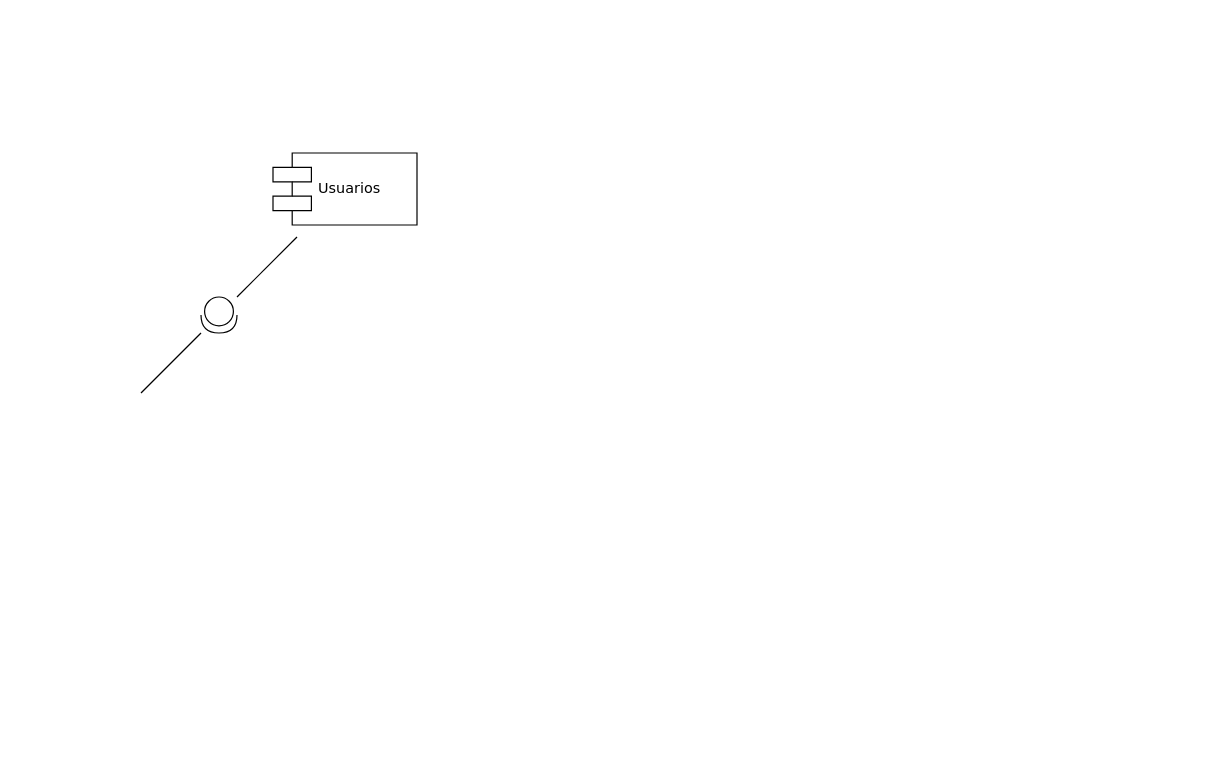
The draw.io diagram IS-Proveneet-Components.drawio in NeutronBlast/IS-Ex, before the edit. Source tidied: cells renumbered, new cells numbered last; positions are measured from the earlier drawing's top-left corner, leaving out a move shared by most shapes. Both pictures are drawn from the tidied source at 120%, with x=0, y=0 at pixel (140, 152).
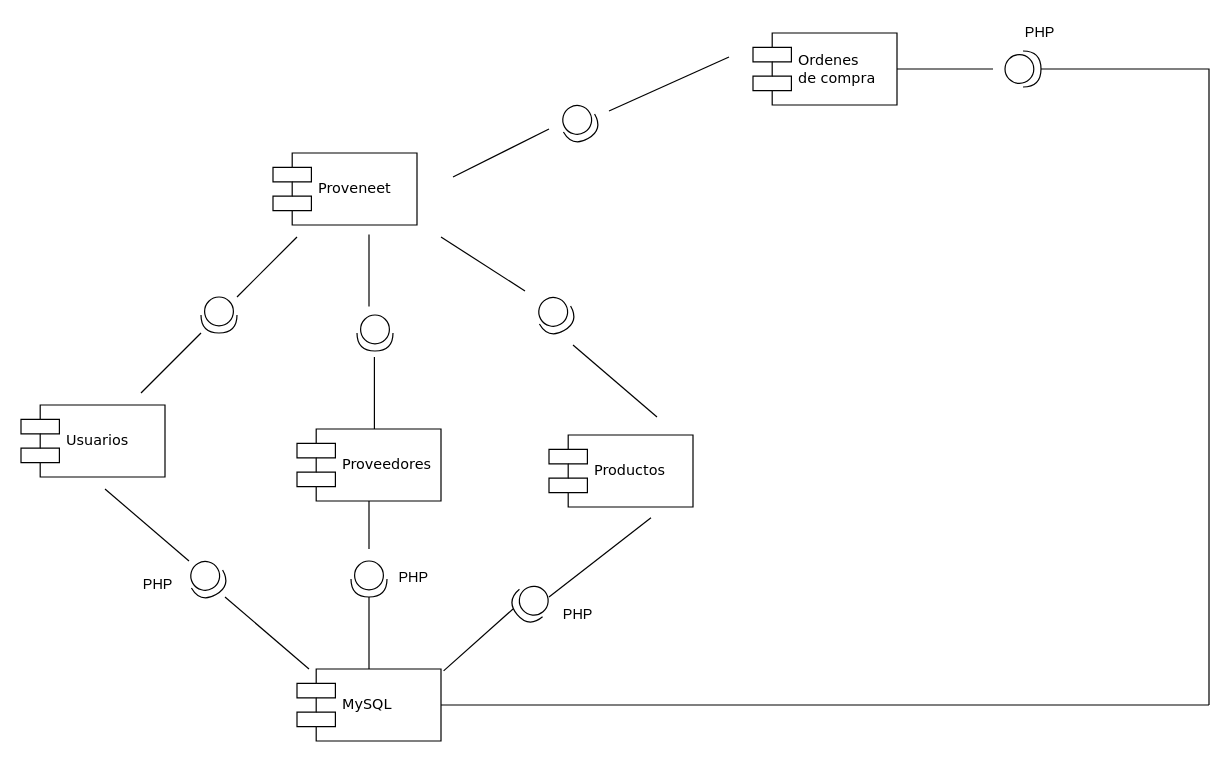
The same diagram, later.

Change to the diagram source:
```diff
@@
-    <mxCell id="2" value="Usuarios" style="shape=component;align=left;spacingLeft=36;rounded=0;shadow=0;comic=0;labelBackgroundColor=none;strokeColor=#000000;strokeWidth=1;fillColor=#ffffff;fontFamily=Verdana;fontSize=12;fontColor=#000000;html=1;" parent="1" vertex="1">
+    <mxCell id="2" value="Proveneet" style="shape=component;align=left;spacingLeft=36;rounded=0;shadow=0;comic=0;labelBackgroundColor=none;strokeColor=#000000;strokeWidth=1;fillColor=#ffffff;fontFamily=Verdana;fontSize=12;fontColor=#000000;html=1;" parent="1" vertex="1">
       <mxGeometry x="110" width="120" height="60" as="geometry" />
     </mxCell>
@@
+    <mxCell id="6" value="Usuarios" style="shape=component;align=left;spacingLeft=36;rounded=0;shadow=0;comic=0;labelBackgroundColor=none;strokeColor=#000000;strokeWidth=1;fillColor=#ffffff;fontFamily=Verdana;fontSize=12;fontColor=#000000;html=1;" parent="1" vertex="1">
+      <mxGeometry x="-100" y="210" width="120" height="60" as="geometry" />
+    </mxCell>
+    <mxCell id="7" style="endArrow=none;html=1;" parent="1" edge="1">
+      <mxGeometry relative="1" as="geometry">
+        <mxPoint x="190" y="128" as="sourcePoint" />
+        <mxPoint x="190" y="68" as="targetPoint" />
+      </mxGeometry>
+    </mxCell>
+    <mxCell id="8" style="shape=providedRequiredInterface;html=1;verticalLabelPosition=bottom;rotation=90;" parent="1" vertex="1">
+      <mxGeometry x="180" y="135" width="30" height="30" as="geometry" />
+    </mxCell>
+    <mxCell id="9" style="endArrow=none;html=1;" parent="1" edge="1">
+      <mxGeometry relative="1" as="geometry">
+        <mxPoint x="194.5" y="230" as="sourcePoint" />
+        <mxPoint x="194.5" y="170" as="targetPoint" />
+      </mxGeometry>
+    </mxCell>
+    <mxCell id="10" style="edgeStyle=orthogonalEdgeStyle;rounded=0;jettySize=auto;html=1;endArrow=none;endFill=0;" parent="1" edge="1" source="11">
+      <mxGeometry relative="1" as="geometry">
+        <mxPoint x="190" y="330" as="targetPoint" />
+      </mxGeometry>
+    </mxCell>
+    <mxCell id="11" value="Proveedores" style="shape=component;align=left;spacingLeft=36;rounded=0;shadow=0;comic=0;labelBackgroundColor=none;strokeColor=#000000;strokeWidth=1;fillColor=#ffffff;fontFamily=Verdana;fontSize=12;fontColor=#000000;html=1;" parent="1" vertex="1">
+      <mxGeometry x="130" y="230" width="120" height="60" as="geometry" />
+    </mxCell>
+    <mxCell id="12" style="endArrow=none;html=1;" parent="1" edge="1">
+      <mxGeometry relative="1" as="geometry">
+        <mxPoint x="320" y="115" as="sourcePoint" />
+        <mxPoint x="250" y="70" as="targetPoint" />
+      </mxGeometry>
+    </mxCell>
+    <mxCell id="13" value="Productos" style="shape=component;align=left;spacingLeft=36;rounded=0;shadow=0;comic=0;labelBackgroundColor=none;strokeColor=#000000;strokeWidth=1;fillColor=#ffffff;fontFamily=Verdana;fontSize=12;fontColor=#000000;html=1;" parent="1" vertex="1">
+      <mxGeometry x="340" y="235" width="120" height="60" as="geometry" />
+    </mxCell>
+    <mxCell id="14" style="shape=providedRequiredInterface;html=1;verticalLabelPosition=bottom;rotation=60;" parent="1" vertex="1">
+      <mxGeometry x="330" y="120" width="30" height="30" as="geometry" />
+    </mxCell>
+    <mxCell id="15" style="endArrow=none;html=1;" parent="1" edge="1">
+      <mxGeometry relative="1" as="geometry">
+        <mxPoint x="430" y="220" as="sourcePoint" />
+        <mxPoint x="360" y="160" as="targetPoint" />
+      </mxGeometry>
+    </mxCell>
+    <mxCell id="16" style="endArrow=none;html=1;" parent="1" edge="1">
+      <mxGeometry relative="1" as="geometry">
+        <mxPoint x="340" y="-20" as="sourcePoint" />
+        <mxPoint x="260" y="20" as="targetPoint" />
+      </mxGeometry>
+    </mxCell>
+    <mxCell id="17" style="shape=providedRequiredInterface;html=1;verticalLabelPosition=bottom;rotation=60;" parent="1" vertex="1">
+      <mxGeometry x="350" y="-40" width="30" height="30" as="geometry" />
+    </mxCell>
+    <mxCell id="18" style="edgeStyle=orthogonalEdgeStyle;rounded=0;jettySize=auto;html=1;endArrow=none;endFill=0;" parent="1" edge="1" source="19">
+      <mxGeometry relative="1" as="geometry">
+        <mxPoint x="710" y="-70" as="targetPoint" />
+      </mxGeometry>
+    </mxCell>
+    <mxCell id="19" value="Ordenes&lt;br&gt;de compra" style="shape=component;align=left;spacingLeft=36;rounded=0;shadow=0;comic=0;labelBackgroundColor=none;strokeColor=#000000;strokeWidth=1;fillColor=#ffffff;fontFamily=Verdana;fontSize=12;fontColor=#000000;html=1;" parent="1" vertex="1">
+      <mxGeometry x="510" y="-100" width="120" height="60" as="geometry" />
+    </mxCell>
+    <mxCell id="20" style="endArrow=none;html=1;" parent="1" edge="1">
+      <mxGeometry relative="1" as="geometry">
+        <mxPoint x="490" y="-80" as="sourcePoint" />
+        <mxPoint x="390" y="-35" as="targetPoint" />
+      </mxGeometry>
+    </mxCell>
+    <mxCell id="21" style="edgeStyle=orthogonalEdgeStyle;rounded=0;jettySize=auto;html=1;endArrow=none;endFill=0;" parent="1" edge="1" source="23" target="24">
+      <mxGeometry relative="1" as="geometry" />
+    </mxCell>
+    <mxCell id="22" style="edgeStyle=orthogonalEdgeStyle;rounded=0;jettySize=auto;html=1;endArrow=none;endFill=0;" parent="1" edge="1" source="23">
+      <mxGeometry relative="1" as="geometry">
+        <mxPoint x="890" y="460" as="targetPoint" />
+      </mxGeometry>
+    </mxCell>
+    <mxCell id="23" value="MySQL" style="shape=component;align=left;spacingLeft=36;rounded=0;shadow=0;comic=0;labelBackgroundColor=none;strokeColor=#000000;strokeWidth=1;fillColor=#ffffff;fontFamily=Verdana;fontSize=12;fontColor=#000000;html=1;" parent="1" vertex="1">
+      <mxGeometry x="130" y="430" width="120" height="60" as="geometry" />
+    </mxCell>
+    <mxCell id="24" style="shape=providedRequiredInterface;html=1;verticalLabelPosition=bottom;rotation=90;" parent="1" vertex="1">
+      <mxGeometry x="175" y="340" width="30" height="30" as="geometry" />
+    </mxCell>
+    <mxCell id="25" value="PHP" style="text;html=1;align=left;verticalAlign=top;spacingTop=-4;" parent="1" vertex="1">
+      <mxGeometry x="213" y="344" width="40" height="10" as="geometry" />
+    </mxCell>
+    <mxCell id="26" style="endArrow=none;html=1;" parent="1" edge="1">
+      <mxGeometry relative="1" as="geometry">
+        <mxPoint x="40" y="340" as="sourcePoint" />
+        <mxPoint x="-30" y="280" as="targetPoint" />
+      </mxGeometry>
+    </mxCell>
+    <mxCell id="27" style="shape=providedRequiredInterface;html=1;verticalLabelPosition=bottom;rotation=60;" parent="1" vertex="1">
+      <mxGeometry x="40" y="340" width="30" height="30" as="geometry" />
+    </mxCell>
+    <mxCell id="28" style="endArrow=none;html=1;" parent="1" edge="1">
+      <mxGeometry relative="1" as="geometry">
+        <mxPoint x="140" y="430" as="sourcePoint" />
+        <mxPoint x="70" y="370" as="targetPoint" />
+      </mxGeometry>
+    </mxCell>
+    <mxCell id="29" value="PHP" style="text;html=1;align=left;verticalAlign=top;spacingTop=-4;" parent="1" vertex="1">
+      <mxGeometry y="350" width="40" height="10" as="geometry" />
+    </mxCell>
+    <mxCell id="30" style="endArrow=none;html=1;" parent="1" edge="1">
+      <mxGeometry relative="1" as="geometry">
+        <mxPoint x="340" y="370" as="sourcePoint" />
+        <mxPoint x="425" y="304" as="targetPoint" />
+      </mxGeometry>
+    </mxCell>
+    <mxCell id="31" style="shape=providedRequiredInterface;html=1;verticalLabelPosition=bottom;rotation=140;" parent="1" vertex="1">
+      <mxGeometry x="310" y="360" width="30" height="30" as="geometry" />
+    </mxCell>
+    <mxCell id="32" value="PHP" style="text;html=1;align=left;verticalAlign=top;spacingTop=-4;" parent="1" vertex="1">
+      <mxGeometry x="350" y="375" width="40" height="10" as="geometry" />
+    </mxCell>
+    <mxCell id="33" style="endArrow=none;html=1;exitX=1.018;exitY=0.026;exitDx=0;exitDy=0;exitPerimeter=0;" parent="1" edge="1" source="23">
+      <mxGeometry relative="1" as="geometry">
+        <mxPoint x="310" y="380" as="targetPoint" />
+      </mxGeometry>
+    </mxCell>
+    <mxCell id="34" style="shape=providedRequiredInterface;html=1;verticalLabelPosition=bottom;rotation=0;" parent="1" vertex="1">
+      <mxGeometry x="720" y="-85" width="30" height="30" as="geometry" />
+    </mxCell>
+    <mxCell id="35" style="edgeStyle=orthogonalEdgeStyle;rounded=0;jettySize=auto;html=1;endArrow=none;endFill=0;exitX=1;exitY=0.5;exitDx=0;exitDy=0;exitPerimeter=0;" parent="1" edge="1" source="34">
+      <mxGeometry relative="1" as="geometry">
+        <mxPoint x="890" y="460" as="targetPoint" />
+        <Array as="points">
+          <mxPoint x="890" y="-70" />
+        </Array>
+      </mxGeometry>
+    </mxCell>
+    <mxCell id="36" value="PHP" style="text;html=1;align=left;verticalAlign=top;spacingTop=-4;" parent="1" vertex="1">
+      <mxGeometry x="735" y="-110" width="40" height="10" as="geometry" />
+    </mxCell>
```
